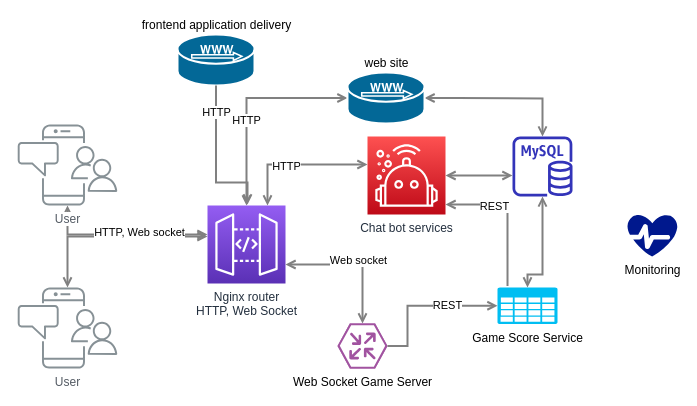
Earlier version of the draw.io diagram airhockey-component-hld.drawio (grikdotnet/airhockey). Source tidied: cells renumbered, new cells numbered last; positions are measured from the earlier drawing's top-left corner, leaving out a move shared by most shapes. Both pictures are drawn from the tidied source at 100%, with x=0, y=0 at pixel (17, 34).
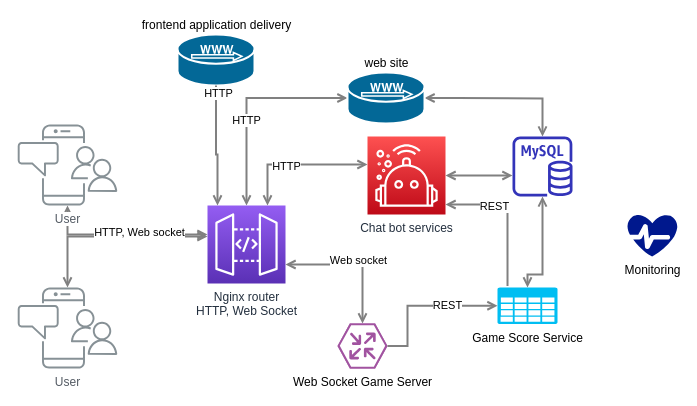
After the change.

Commit message (it also covers changes not shown here):
component hld diagram

The change refers to these unchanged cells:
```xml
<mxCell id="14" value="Nginx router&lt;br&gt;HTTP, Web Socket" style="outlineConnect=0;fontColor=#232F3E;gradientColor=#945DF2;gradientDirection=north;fillColor=#5A30B5;strokeColor=#ffffff;dashed=0;verticalLabelPosition=bottom;verticalAlign=top;align=center;html=1;fontSize=12;fontStyle=0;shape=mxgraph.aws4.resourceIcon;resIcon=mxgraph.aws4.api_gateway;labelBackgroundColor=#ffffff;" parent="1" vertex="1">
  <mxGeometry x="190" y="171" width="78" height="78" as="geometry" />
</mxCell>
<mxCell id="25" value="frontend application delivery" style="shape=mxgraph.cisco.servers.microwebserver;html=1;dashed=0;fillColor=#036897;strokeColor=#ffffff;strokeWidth=2;verticalLabelPosition=top;verticalAlign=bottom;align=center;outlineConnect=0;labelPosition=center;" parent="1" vertex="1">
  <mxGeometry x="160" width="77" height="51" as="geometry" />
</mxCell>
```

Diff of the diagram source:
```diff
@@
-    <mxCell id="26" style="edgeStyle=orthogonalEdgeStyle;rounded=0;jettySize=auto;html=1;startArrow=none;startFill=0;endArrow=open;endFill=0;strokeWidth=2;strokeColor=#808080;exitX=0.5;exitY=1;exitDx=0;exitDy=0;exitPerimeter=0;" parent="1" edge="1" source="25">
+    <mxCell id="26" style="edgeStyle=orthogonalEdgeStyle;rounded=0;jettySize=auto;html=1;startArrow=none;startFill=0;endArrow=open;endFill=0;strokeWidth=2;strokeColor=#808080;exitX=0.5;exitY=1;exitDx=0;exitDy=0;exitPerimeter=0;" parent="1" edge="1" source="25" target="14">
       <mxGeometry relative="1" as="geometry">
-        <mxPoint x="230" y="170" as="targetPoint" />
         <Array as="points">
-          <mxPoint x="230" y="148" />
+          <mxPoint x="199" y="120" />
+          <mxPoint x="200" y="120" />
         </Array>
       </mxGeometry>
     </mxCell>
```
